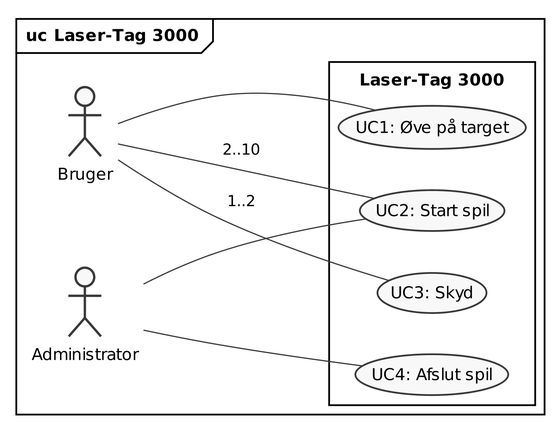
Above: PlantUML/out/uc_diagram.png in LasseKrarup/Laser-Tag-Project (PlantUML), before the change. Source of this version:
```plantuml
@startuml uc_diagram

left to right direction

skinparam {
  monochrome true
  dpi 300
  padding 5
  packageStyle rectangle
  packageStyle frame
  shadowing false
}

frame "uc Laser-Tag 3000" {

  actor Bruger as user
  actor Administrator as admin

  rectangle "Laser-Tag 3000" {
    user -- (UC1: Øve på target)
    user -- (UC2: Start spil): 2..10
    user -- (UC3: Skyd): 1..2
    admin -- (UC2: Start spil)
    admin -- (UC4: Afslut spil)
  }
}

@enduml
```
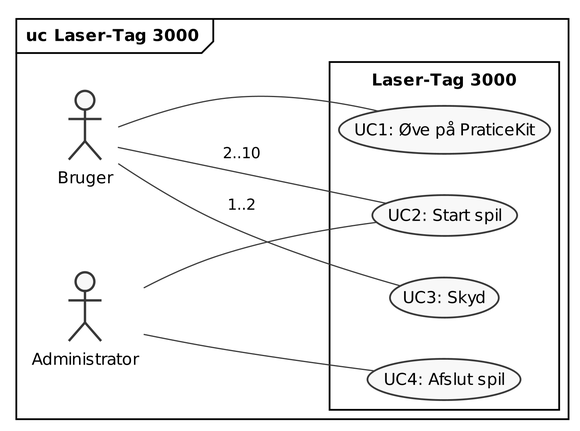
Later version of the same file.

The edit, as a diff of the source:
```diff
@@ -17,7 +17,7 @@
   actor Administrator as admin
 
   rectangle "Laser-Tag 3000" {
-    user -- (UC1: Øve på target)
+    user -- (UC1: Øve på PraticeKit)
     user -- (UC2: Start spil): 2..10
     user -- (UC3: Skyd): 1..2
     admin -- (UC2: Start spil)
```
